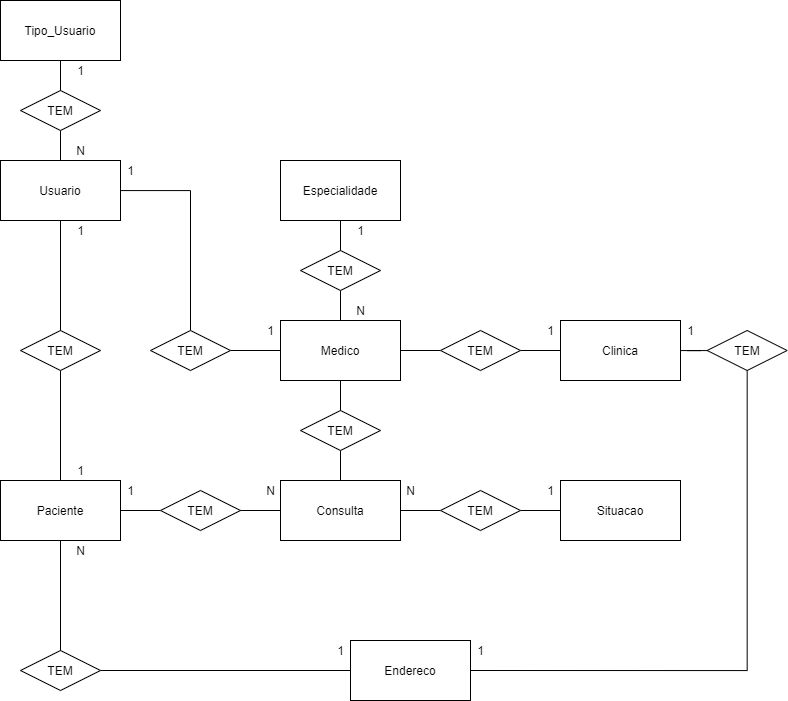
Above: Modelagem/ProjetoSPMedicalGroup-CONCEITUAL.png in alexandre-ls94/Projeto-SPMedicalGroup (draw.io), before the change. Source tidied: cells renumbered, new cells last; positions are measured from the earlier drawing's top-left corner, leaving out a move shared by most shapes.
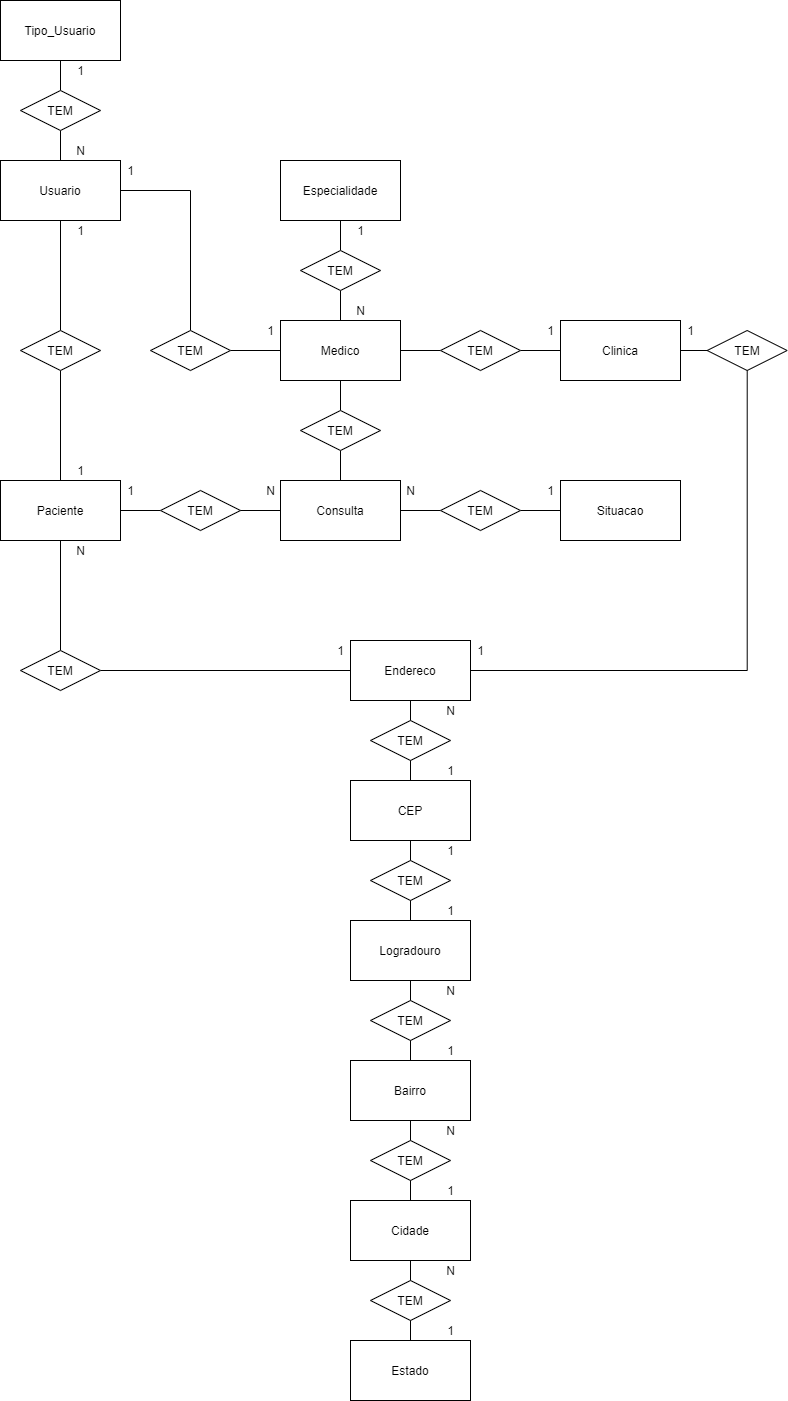
Above is the later version.

Change to the diagram source:
```diff
@@ -44,6 +44,9 @@
     <mxCell id="15" value="Consulta" style="rounded=0;whiteSpace=wrap;html=1;" parent="1" vertex="1">
       <mxGeometry x="280" y="480" width="120" height="60" as="geometry" />
     </mxCell>
+    <mxCell id="58" style="edgeStyle=orthogonalEdgeStyle;rounded=0;jettySize=auto;html=1;endArrow=none;endFill=0;" parent="1" edge="1" source="16" target="68">
+      <mxGeometry relative="1" as="geometry" />
+    </mxCell>
     <mxCell id="16" value="Endereco" style="rounded=0;whiteSpace=wrap;html=1;" parent="1" vertex="1">
       <mxGeometry x="350" y="640" width="120" height="60" as="geometry" />
     </mxCell>
@@ -174,5 +177,92 @@
     <mxCell id="57" value="1" style="text;html=1;align=center;verticalAlign=middle;" parent="1" vertex="1">
       <mxGeometry x="70" y="220" width="20" height="20" as="geometry" />
     </mxCell>
+    <mxCell id="59" style="edgeStyle=orthogonalEdgeStyle;rounded=0;jettySize=auto;html=1;endArrow=none;endFill=0;" parent="1" edge="1" source="60" target="70">
+      <mxGeometry relative="1" as="geometry" />
+    </mxCell>
+    <mxCell id="60" value="CEP" style="rounded=0;whiteSpace=wrap;html=1;" parent="1" vertex="1">
+      <mxGeometry x="350" y="780" width="120" height="60" as="geometry" />
+    </mxCell>
+    <mxCell id="61" style="edgeStyle=orthogonalEdgeStyle;rounded=0;jettySize=auto;html=1;endArrow=none;endFill=0;" parent="1" edge="1" source="62" target="72">
+      <mxGeometry relative="1" as="geometry" />
+    </mxCell>
+    <mxCell id="62" value="Logradouro" style="rounded=0;whiteSpace=wrap;html=1;" parent="1" vertex="1">
+      <mxGeometry x="350" y="920" width="120" height="60" as="geometry" />
+    </mxCell>
+    <mxCell id="63" style="edgeStyle=orthogonalEdgeStyle;rounded=0;jettySize=auto;html=1;endArrow=none;endFill=0;" parent="1" edge="1" source="64" target="74">
+      <mxGeometry relative="1" as="geometry" />
+    </mxCell>
+    <mxCell id="64" value="Bairro" style="rounded=0;whiteSpace=wrap;html=1;" parent="1" vertex="1">
+      <mxGeometry x="350" y="1060" width="120" height="60" as="geometry" />
+    </mxCell>
+    <mxCell id="65" style="edgeStyle=orthogonalEdgeStyle;rounded=0;jettySize=auto;html=1;endArrow=none;endFill=0;" parent="1" edge="1" source="66" target="85">
+      <mxGeometry relative="1" as="geometry" />
+    </mxCell>
+    <mxCell id="66" value="Cidade" style="rounded=0;whiteSpace=wrap;html=1;" parent="1" vertex="1">
+      <mxGeometry x="350" y="1200" width="120" height="60" as="geometry" />
+    </mxCell>
+    <mxCell id="67" style="edgeStyle=orthogonalEdgeStyle;rounded=0;jettySize=auto;html=1;endArrow=none;endFill=0;" parent="1" edge="1" source="68" target="60">
+      <mxGeometry relative="1" as="geometry" />
+    </mxCell>
+    <mxCell id="68" value="TEM" style="rhombus;whiteSpace=wrap;html=1;" parent="1" vertex="1">
+      <mxGeometry x="370" y="720" width="80" height="40" as="geometry" />
+    </mxCell>
+    <mxCell id="69" style="edgeStyle=orthogonalEdgeStyle;rounded=0;jettySize=auto;html=1;endArrow=none;endFill=0;" parent="1" edge="1" source="70" target="62">
+      <mxGeometry relative="1" as="geometry" />
+    </mxCell>
+    <mxCell id="70" value="TEM" style="rhombus;whiteSpace=wrap;html=1;" parent="1" vertex="1">
+      <mxGeometry x="370" y="860" width="80" height="40" as="geometry" />
+    </mxCell>
+    <mxCell id="71" style="edgeStyle=orthogonalEdgeStyle;rounded=0;jettySize=auto;html=1;endArrow=none;endFill=0;" parent="1" edge="1" source="72" target="64">
+      <mxGeometry relative="1" as="geometry" />
+    </mxCell>
+    <mxCell id="72" value="TEM" style="rhombus;whiteSpace=wrap;html=1;" parent="1" vertex="1">
+      <mxGeometry x="370" y="1000" width="80" height="40" as="geometry" />
+    </mxCell>
+    <mxCell id="73" style="edgeStyle=orthogonalEdgeStyle;rounded=0;jettySize=auto;html=1;endArrow=none;endFill=0;" parent="1" edge="1" source="74" target="66">
+      <mxGeometry relative="1" as="geometry" />
+    </mxCell>
+    <mxCell id="74" value="TEM" style="rhombus;whiteSpace=wrap;html=1;" parent="1" vertex="1">
+      <mxGeometry x="370" y="1140" width="80" height="40" as="geometry" />
+    </mxCell>
+    <mxCell id="75" value="1" style="text;html=1;align=center;verticalAlign=middle;" parent="1" vertex="1">
+      <mxGeometry x="440" y="760" width="20" height="20" as="geometry" />
+    </mxCell>
+    <mxCell id="76" value="N" style="text;html=1;align=center;verticalAlign=middle;" parent="1" vertex="1">
+      <mxGeometry x="440" y="700" width="20" height="20" as="geometry" />
+    </mxCell>
+    <mxCell id="77" value="1" style="text;html=1;align=center;verticalAlign=middle;" parent="1" vertex="1">
+      <mxGeometry x="440" y="900" width="20" height="20" as="geometry" />
+    </mxCell>
+    <mxCell id="78" value="1" style="text;html=1;align=center;verticalAlign=middle;" parent="1" vertex="1">
+      <mxGeometry x="440" y="840" width="20" height="20" as="geometry" />
+    </mxCell>
+    <mxCell id="79" value="1" style="text;html=1;align=center;verticalAlign=middle;" parent="1" vertex="1">
+      <mxGeometry x="440" y="1040" width="20" height="20" as="geometry" />
+    </mxCell>
+    <mxCell id="80" value="N" style="text;html=1;align=center;verticalAlign=middle;" parent="1" vertex="1">
+      <mxGeometry x="440" y="980" width="20" height="20" as="geometry" />
+    </mxCell>
+    <mxCell id="81" value="1" style="text;html=1;align=center;verticalAlign=middle;" parent="1" vertex="1">
+      <mxGeometry x="440" y="1180" width="20" height="20" as="geometry" />
+    </mxCell>
+    <mxCell id="82" value="N" style="text;html=1;align=center;verticalAlign=middle;" parent="1" vertex="1">
+      <mxGeometry x="440" y="1120" width="20" height="20" as="geometry" />
+    </mxCell>
+    <mxCell id="83" value="Estado" style="rounded=0;whiteSpace=wrap;html=1;" parent="1" vertex="1">
+      <mxGeometry x="350" y="1340" width="120" height="60" as="geometry" />
+    </mxCell>
+    <mxCell id="84" style="edgeStyle=orthogonalEdgeStyle;rounded=0;jettySize=auto;html=1;endArrow=none;endFill=0;" parent="1" edge="1" source="85" target="83">
+      <mxGeometry relative="1" as="geometry" />
+    </mxCell>
+    <mxCell id="85" value="TEM" style="rhombus;whiteSpace=wrap;html=1;" parent="1" vertex="1">
+      <mxGeometry x="370" y="1280" width="80" height="40" as="geometry" />
+    </mxCell>
+    <mxCell id="86" value="1" style="text;html=1;align=center;verticalAlign=middle;" parent="1" vertex="1">
+      <mxGeometry x="440" y="1320" width="20" height="20" as="geometry" />
+    </mxCell>
+    <mxCell id="87" value="N" style="text;html=1;align=center;verticalAlign=middle;" parent="1" vertex="1">
+      <mxGeometry x="440" y="1260" width="20" height="20" as="geometry" />
+    </mxCell>
   </root>
 </mxGraphModel>
```
